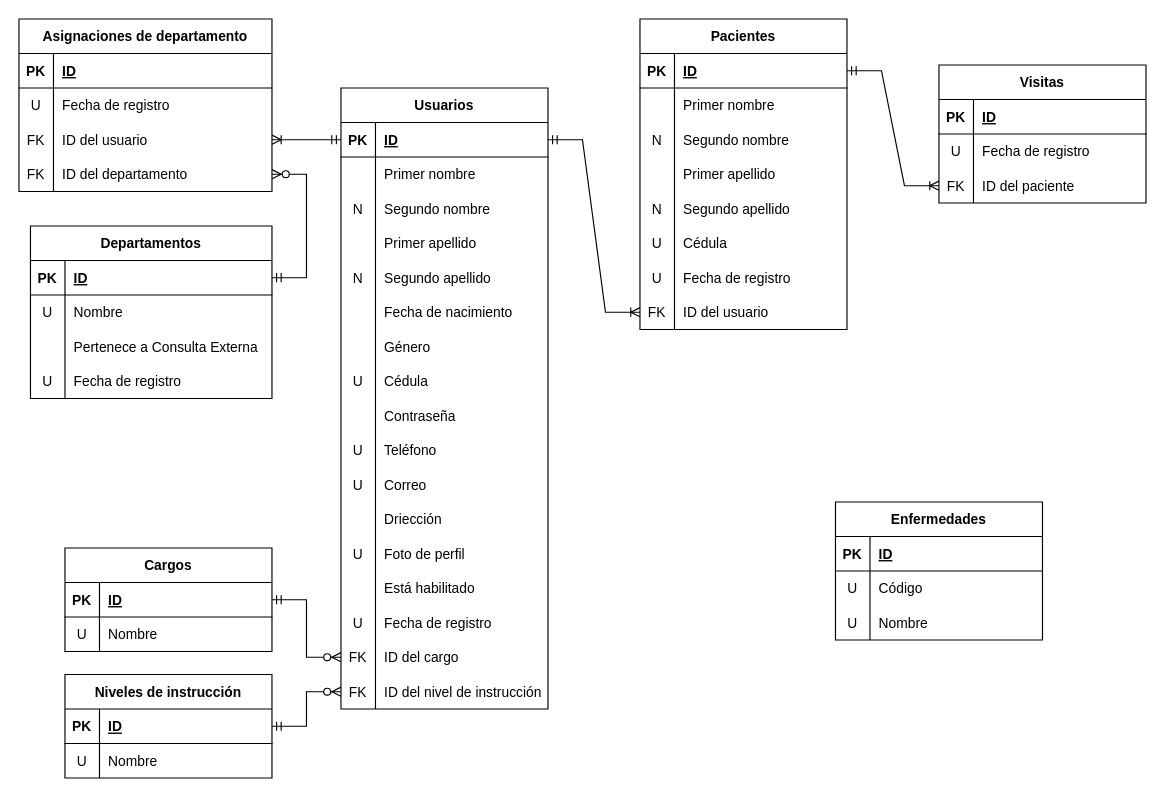
The draw.io diagram page "Modelo Relacional" (4 of 5) of docs/Diagramas.drawio in fadrian06/haju, before the edit. Source tidied: cells renumbered, new cells numbered last; positions are measured from the earlier drawing's top-left corner, leaving out a move shared by most shapes. Both pictures are drawn from the tidied source at 115%, with x=0, y=0 at pixel (18, 18).
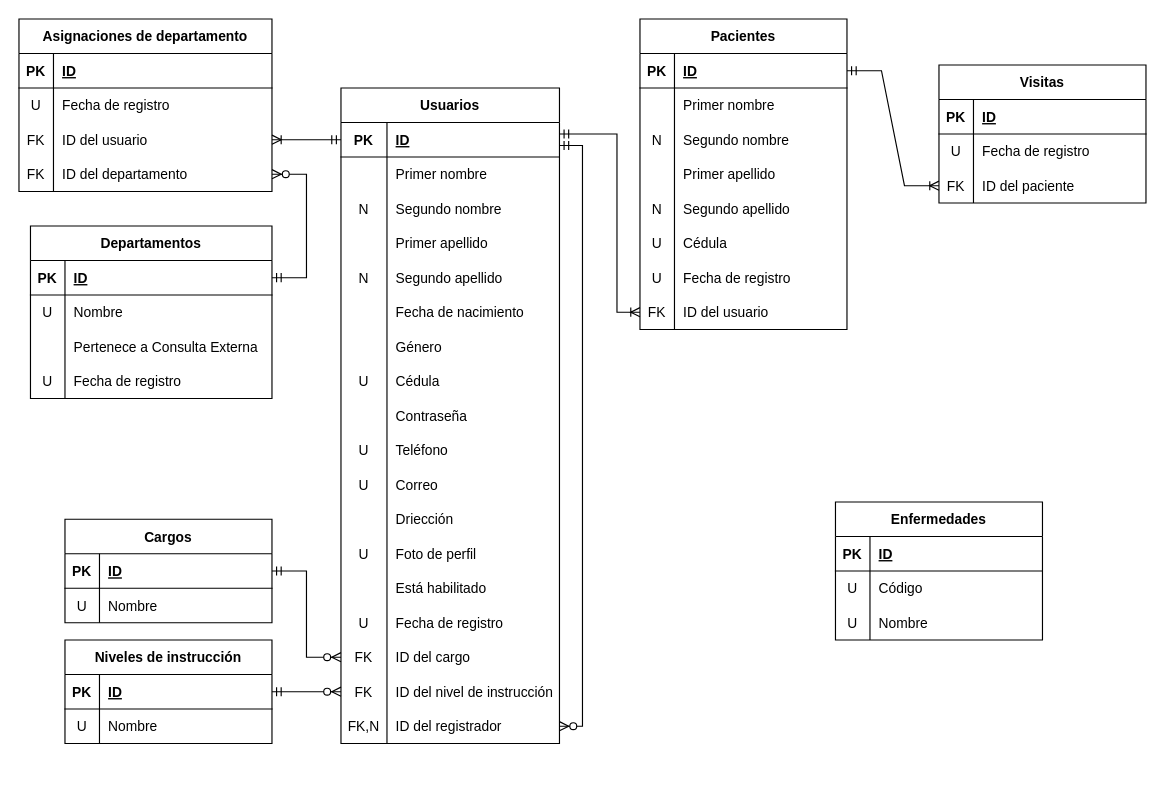
Above is the later version.

Commit message (it also covers changes not shown here):
Se añadió el campo Registrador a la entidad Usuario

Unchanged cells that the change refers to:
```xml
<mxCell id="92" style="shape=tableRow;horizontal=0;startSize=0;swimlaneHead=0;swimlaneBody=0;fillColor=none;points=[[0,0.5],[1,0.5]];portConstraint=eastwest;top=0;left=0;right=0;bottom=0;" parent="70" vertex="1">
  <mxGeometry y="240" width="180" height="30" as="geometry" />
</mxCell>
```

The edit, as a diff of the source:
```diff
@@
     <mxCell id="2" value="Usuarios" style="shape=table;startSize=30;childLayout=tableLayout;rowLines=0;fontStyle=1;align=center;" parent="1" vertex="1">
-      <mxGeometry x="280" y="60" width="180" height="540" as="geometry" />
+      <mxGeometry x="280" y="60" width="190" height="570" as="geometry" />
     </mxCell>
     <mxCell id="3" style="shape=tableRow;horizontal=0;startSize=0;swimlaneHead=0;swimlaneBody=0;fillColor=none;points=[[0,0.5],[1,0.5]];portConstraint=eastwest;top=0;left=0;right=0;bottom=1;" parent="2" vertex="1">
-      <mxGeometry y="30" width="180" height="30" as="geometry" />
+      <mxGeometry y="30" width="190" height="30" as="geometry" />
     </mxCell>
     <mxCell id="4" value="PK" style="shape=partialRectangle;fillColor=none;top=0;left=0;bottom=0;right=0;fontStyle=1;overflow=hidden;" parent="3" vertex="1">
-      <mxGeometry width="30" height="30" as="geometry" />
+      <mxGeometry width="40" height="30" as="geometry" />
     </mxCell>
     <mxCell id="5" value="ID" style="shape=partialRectangle;fillColor=none;top=0;left=0;bottom=0;right=0;align=left;spacingLeft=6;fontStyle=5;overflow=hidden;" parent="3" vertex="1">
-      <mxGeometry x="30" width="150" height="30" as="geometry" />
+      <mxGeometry x="40" width="150" height="30" as="geometry" />
     </mxCell>
     <mxCell id="6" style="shape=tableRow;horizontal=0;startSize=0;swimlaneHead=0;swimlaneBody=0;fillColor=none;top=0;left=0;right=0;bottom=0;" parent="2" vertex="1">
-      <mxGeometry y="60" width="180" height="30" as="geometry" />
+      <mxGeometry y="60" width="190" height="30" as="geometry" />
     </mxCell>
     <mxCell id="7" style="shape=partialRectangle;fillColor=none;top=0;left=0;bottom=0;right=0;overflow=hidden;" parent="6" vertex="1">
-      <mxGeometry width="30" height="30" as="geometry" />
+      <mxGeometry width="40" height="30" as="geometry" />
     </mxCell>
     <mxCell id="8" value="Primer nombre" style="shape=partialRectangle;fillColor=none;top=0;left=0;bottom=0;right=0;align=left;spacingLeft=6;overflow=hidden;" parent="6" vertex="1">
-      <mxGeometry x="30" width="150" height="30" as="geometry" />
+      <mxGeometry x="40" width="150" height="30" as="geometry" />
     </mxCell>
     <mxCell id="9" style="shape=tableRow;horizontal=0;startSize=0;swimlaneHead=0;swimlaneBody=0;fillColor=none;top=0;left=0;right=0;bottom=0;" parent="2" vertex="1">
-      <mxGeometry y="90" width="180" height="30" as="geometry" />
+      <mxGeometry y="90" width="190" height="30" as="geometry" />
     </mxCell>
     <mxCell id="10" value="N" style="shape=partialRectangle;fillColor=none;top=0;left=0;bottom=0;right=0;overflow=hidden;" parent="9" vertex="1">
-      <mxGeometry width="30" height="30" as="geometry" />
+      <mxGeometry width="40" height="30" as="geometry" />
     </mxCell>
     <mxCell id="11" value="Segundo nombre" style="shape=partialRectangle;fillColor=none;top=0;left=0;bottom=0;right=0;align=left;spacingLeft=6;overflow=hidden;" parent="9" vertex="1">
-      <mxGeometry x="30" width="150" height="30" as="geometry" />
+      <mxGeometry x="40" width="150" height="30" as="geometry" />
     </mxCell>
     <mxCell id="12" style="shape=tableRow;horizontal=0;startSize=0;swimlaneHead=0;swimlaneBody=0;fillColor=none;top=0;left=0;right=0;bottom=0;" parent="2" vertex="1">
-      <mxGeometry y="120" width="180" height="30" as="geometry" />
+      <mxGeometry y="120" width="190" height="30" as="geometry" />
     </mxCell>
     <mxCell id="13" style="shape=partialRectangle;fillColor=none;top=0;left=0;bottom=0;right=0;overflow=hidden;" parent="12" vertex="1">
-      <mxGeometry width="30" height="30" as="geometry" />
+      <mxGeometry width="40" height="30" as="geometry" />
     </mxCell>
     <mxCell id="14" value="Primer apellido" style="shape=partialRectangle;fillColor=none;top=0;left=0;bottom=0;right=0;align=left;spacingLeft=6;overflow=hidden;" parent="12" vertex="1">
-      <mxGeometry x="30" width="150" height="30" as="geometry" />
+      <mxGeometry x="40" width="150" height="30" as="geometry" />
     </mxCell>
     <mxCell id="15" style="shape=tableRow;horizontal=0;startSize=0;swimlaneHead=0;swimlaneBody=0;fillColor=none;top=0;left=0;right=0;bottom=0;" parent="2" vertex="1">
-      <mxGeometry y="150" width="180" height="30" as="geometry" />
+      <mxGeometry y="150" width="190" height="30" as="geometry" />
     </mxCell>
     <mxCell id="16" value="N" style="shape=partialRectangle;fillColor=none;top=0;left=0;bottom=0;right=0;overflow=hidden;" parent="15" vertex="1">
-      <mxGeometry width="30" height="30" as="geometry" />
+      <mxGeometry width="40" height="30" as="geometry" />
     </mxCell>
     <mxCell id="17" value="Segundo apellido" style="shape=partialRectangle;fillColor=none;top=0;left=0;bottom=0;right=0;align=left;spacingLeft=6;overflow=hidden;" parent="15" vertex="1">
-      <mxGeometry x="30" width="150" height="30" as="geometry" />
+      <mxGeometry x="40" width="150" height="30" as="geometry" />
     </mxCell>
     <mxCell id="18" style="shape=tableRow;horizontal=0;startSize=0;swimlaneHead=0;swimlaneBody=0;fillColor=none;top=0;left=0;right=0;bottom=0;" parent="2" vertex="1">
-      <mxGeometry y="180" width="180" height="30" as="geometry" />
+      <mxGeometry y="180" width="190" height="30" as="geometry" />
     </mxCell>
     <mxCell id="19" style="shape=partialRectangle;fillColor=none;top=0;left=0;bottom=0;right=0;overflow=hidden;" parent="18" vertex="1">
-      <mxGeometry width="30" height="30" as="geometry" />
+      <mxGeometry width="40" height="30" as="geometry" />
     </mxCell>
     <mxCell id="20" value="Fecha de nacimiento" style="shape=partialRectangle;fillColor=none;top=0;left=0;bottom=0;right=0;align=left;spacingLeft=6;overflow=hidden;" parent="18" vertex="1">
-      <mxGeometry x="30" width="150" height="30" as="geometry" />
+      <mxGeometry x="40" width="150" height="30" as="geometry" />
     </mxCell>
     <mxCell id="21" style="shape=tableRow;horizontal=0;startSize=0;swimlaneHead=0;swimlaneBody=0;fillColor=none;top=0;left=0;right=0;bottom=0;" parent="2" vertex="1">
-      <mxGeometry y="210" width="180" height="30" as="geometry" />
+      <mxGeometry y="210" width="190" height="30" as="geometry" />
     </mxCell>
     <mxCell id="22" style="shape=partialRectangle;fillColor=none;top=0;left=0;bottom=0;right=0;overflow=hidden;" parent="21" vertex="1">
-      <mxGeometry width="30" height="30" as="geometry" />
+      <mxGeometry width="40" height="30" as="geometry" />
     </mxCell>
     <mxCell id="23" value="Género" style="shape=partialRectangle;fillColor=none;top=0;left=0;bottom=0;right=0;align=left;spacingLeft=6;overflow=hidden;" parent="21" vertex="1">
-      <mxGeometry x="30" width="150" height="30" as="geometry" />
+      <mxGeometry x="40" width="150" height="30" as="geometry" />
     </mxCell>
     <mxCell id="24" style="shape=tableRow;horizontal=0;startSize=0;swimlaneHead=0;swimlaneBody=0;fillColor=none;top=0;left=0;right=0;bottom=0;" parent="2" vertex="1">
-      <mxGeometry y="240" width="180" height="30" as="geometry" />
+      <mxGeometry y="240" width="190" height="30" as="geometry" />
     </mxCell>
     <mxCell id="25" value="U" style="shape=partialRectangle;fillColor=none;top=0;left=0;bottom=0;right=0;overflow=hidden;" parent="24" vertex="1">
-      <mxGeometry width="30" height="30" as="geometry" />
+      <mxGeometry width="40" height="30" as="geometry" />
     </mxCell>
     <mxCell id="26" value="Cédula" style="shape=partialRectangle;fillColor=none;top=0;left=0;bottom=0;right=0;align=left;spacingLeft=6;overflow=hidden;" parent="24" vertex="1">
-      <mxGeometry x="30" width="150" height="30" as="geometry" />
+      <mxGeometry x="40" width="150" height="30" as="geometry" />
     </mxCell>
     <mxCell id="27" style="shape=tableRow;horizontal=0;startSize=0;swimlaneHead=0;swimlaneBody=0;fillColor=none;top=0;left=0;right=0;bottom=0;" parent="2" vertex="1">
-      <mxGeometry y="270" width="180" height="30" as="geometry" />
+      <mxGeometry y="270" width="190" height="30" as="geometry" />
     </mxCell>
     <mxCell id="28" style="shape=partialRectangle;fillColor=none;top=0;left=0;bottom=0;right=0;overflow=hidden;" parent="27" vertex="1">
-      <mxGeometry width="30" height="30" as="geometry" />
+      <mxGeometry width="40" height="30" as="geometry" />
     </mxCell>
     <mxCell id="29" value="Contraseña" style="shape=partialRectangle;fillColor=none;top=0;left=0;bottom=0;right=0;align=left;spacingLeft=6;overflow=hidden;" parent="27" vertex="1">
-      <mxGeometry x="30" width="150" height="30" as="geometry" />
+      <mxGeometry x="40" width="150" height="30" as="geometry" />
     </mxCell>
     <mxCell id="30" style="shape=tableRow;horizontal=0;startSize=0;swimlaneHead=0;swimlaneBody=0;fillColor=none;top=0;left=0;right=0;bottom=0;" parent="2" vertex="1">
-      <mxGeometry y="300" width="180" height="30" as="geometry" />
+      <mxGeometry y="300" width="190" height="30" as="geometry" />
     </mxCell>
     <mxCell id="31" value="U" style="shape=partialRectangle;fillColor=none;top=0;left=0;bottom=0;right=0;overflow=hidden;" parent="30" vertex="1">
-      <mxGeometry width="30" height="30" as="geometry" />
+      <mxGeometry width="40" height="30" as="geometry" />
     </mxCell>
     <mxCell id="32" value="Teléfono" style="shape=partialRectangle;fillColor=none;top=0;left=0;bottom=0;right=0;align=left;spacingLeft=6;overflow=hidden;" parent="30" vertex="1">
-      <mxGeometry x="30" width="150" height="30" as="geometry" />
+      <mxGeometry x="40" width="150" height="30" as="geometry" />
     </mxCell>
     <mxCell id="33" style="shape=tableRow;horizontal=0;startSize=0;swimlaneHead=0;swimlaneBody=0;fillColor=none;top=0;left=0;right=0;bottom=0;" parent="2" vertex="1">
-      <mxGeometry y="330" width="180" height="30" as="geometry" />
+      <mxGeometry y="330" width="190" height="30" as="geometry" />
     </mxCell>
     <mxCell id="34" value="U" style="shape=partialRectangle;fillColor=none;top=0;left=0;bottom=0;right=0;overflow=hidden;" parent="33" vertex="1">
-      <mxGeometry width="30" height="30" as="geometry" />
+      <mxGeometry width="40" height="30" as="geometry" />
     </mxCell>
     <mxCell id="35" value="Correo" style="shape=partialRectangle;fillColor=none;top=0;left=0;bottom=0;right=0;align=left;spacingLeft=6;overflow=hidden;" parent="33" vertex="1">
-      <mxGeometry x="30" width="150" height="30" as="geometry" />
+      <mxGeometry x="40" width="150" height="30" as="geometry" />
     </mxCell>
     <mxCell id="36" style="shape=tableRow;horizontal=0;startSize=0;swimlaneHead=0;swimlaneBody=0;fillColor=none;top=0;left=0;right=0;bottom=0;" parent="2" vertex="1">
-      <mxGeometry y="360" width="180" height="30" as="geometry" />
+      <mxGeometry y="360" width="190" height="30" as="geometry" />
     </mxCell>
     <mxCell id="37" style="shape=partialRectangle;fillColor=none;top=0;left=0;bottom=0;right=0;overflow=hidden;" parent="36" vertex="1">
-      <mxGeometry width="30" height="30" as="geometry" />
+      <mxGeometry width="40" height="30" as="geometry" />
     </mxCell>
     <mxCell id="38" value="Driección" style="shape=partialRectangle;fillColor=none;top=0;left=0;bottom=0;right=0;align=left;spacingLeft=6;overflow=hidden;" parent="36" vertex="1">
-      <mxGeometry x="30" width="150" height="30" as="geometry" />
+      <mxGeometry x="40" width="150" height="30" as="geometry" />
     </mxCell>
     <mxCell id="39" style="shape=tableRow;horizontal=0;startSize=0;swimlaneHead=0;swimlaneBody=0;fillColor=none;top=0;left=0;right=0;bottom=0;" parent="2" vertex="1">
-      <mxGeometry y="390" width="180" height="30" as="geometry" />
+      <mxGeometry y="390" width="190" height="30" as="geometry" />
     </mxCell>
     <mxCell id="40" value="U" style="shape=partialRectangle;fillColor=none;top=0;left=0;bottom=0;right=0;overflow=hidden;" parent="39" vertex="1">
-      <mxGeometry width="30" height="30" as="geometry" />
+      <mxGeometry width="40" height="30" as="geometry" />
     </mxCell>
     <mxCell id="41" value="Foto de perfil" style="shape=partialRectangle;fillColor=none;top=0;left=0;bottom=0;right=0;align=left;spacingLeft=6;overflow=hidden;" parent="39" vertex="1">
-      <mxGeometry x="30" width="150" height="30" as="geometry" />
+      <mxGeometry x="40" width="150" height="30" as="geometry" />
     </mxCell>
     <mxCell id="42" style="shape=tableRow;horizontal=0;startSize=0;swimlaneHead=0;swimlaneBody=0;fillColor=none;top=0;left=0;right=0;bottom=0;" parent="2" vertex="1">
-      <mxGeometry y="420" width="180" height="30" as="geometry" />
+      <mxGeometry y="420" width="190" height="30" as="geometry" />
     </mxCell>
     <mxCell id="43" style="shape=partialRectangle;fillColor=none;top=0;left=0;bottom=0;right=0;overflow=hidden;" parent="42" vertex="1">
-      <mxGeometry width="30" height="30" as="geometry" />
+      <mxGeometry width="40" height="30" as="geometry" />
     </mxCell>
     <mxCell id="44" value="Está habilitado" style="shape=partialRectangle;fillColor=none;top=0;left=0;bottom=0;right=0;align=left;spacingLeft=6;overflow=hidden;" parent="42" vertex="1">
-      <mxGeometry x="30" width="150" height="30" as="geometry" />
+      <mxGeometry x="40" width="150" height="30" as="geometry" />
     </mxCell>
     <mxCell id="45" style="shape=tableRow;horizontal=0;startSize=0;swimlaneHead=0;swimlaneBody=0;fillColor=none;top=0;left=0;right=0;bottom=0;" parent="2" vertex="1">
-      <mxGeometry y="450" width="180" height="30" as="geometry" />
+      <mxGeometry y="450" width="190" height="30" as="geometry" />
     </mxCell>
     <mxCell id="46" value="U" style="shape=partialRectangle;fillColor=none;top=0;left=0;bottom=0;right=0;overflow=hidden;" parent="45" vertex="1">
-      <mxGeometry width="30" height="30" as="geometry" />
+      <mxGeometry width="40" height="30" as="geometry" />
     </mxCell>
     <mxCell id="47" value="Fecha de registro" style="shape=partialRectangle;fillColor=none;top=0;left=0;bottom=0;right=0;align=left;spacingLeft=6;overflow=hidden;" parent="45" vertex="1">
-      <mxGeometry x="30" width="150" height="30" as="geometry" />
+      <mxGeometry x="40" width="150" height="30" as="geometry" />
     </mxCell>
     <mxCell id="48" style="shape=tableRow;horizontal=0;startSize=0;swimlaneHead=0;swimlaneBody=0;fillColor=none;points=[[0,0.5],[1,0.5]];portConstraint=eastwest;top=0;left=0;right=0;bottom=0;" parent="2" vertex="1">
-      <mxGeometry y="480" width="180" height="30" as="geometry" />
+      <mxGeometry y="480" width="190" height="30" as="geometry" />
     </mxCell>
     <mxCell id="49" value="FK" style="shape=partialRectangle;fillColor=none;top=0;left=0;bottom=0;right=0;overflow=hidden;" parent="48" vertex="1">
-      <mxGeometry width="30" height="30" as="geometry" />
+      <mxGeometry width="40" height="30" as="geometry" />
     </mxCell>
     <mxCell id="50" value="ID del cargo" style="shape=partialRectangle;fillColor=none;top=0;left=0;bottom=0;right=0;align=left;spacingLeft=6;overflow=hidden;" parent="48" vertex="1">
-      <mxGeometry x="30" width="150" height="30" as="geometry" />
+      <mxGeometry x="40" width="150" height="30" as="geometry" />
     </mxCell>
     <mxCell id="51" style="shape=tableRow;horizontal=0;startSize=0;swimlaneHead=0;swimlaneBody=0;fillColor=none;points=[[0,0.5],[1,0.5]];portConstraint=eastwest;top=0;left=0;right=0;bottom=0;" parent="2" vertex="1">
-      <mxGeometry y="510" width="180" height="30" as="geometry" />
+      <mxGeometry y="510" width="190" height="30" as="geometry" />
     </mxCell>
     <mxCell id="52" value="FK" style="shape=partialRectangle;fillColor=none;top=0;left=0;bottom=0;right=0;overflow=hidden;" parent="51" vertex="1">
-      <mxGeometry width="30" height="30" as="geometry" />
+      <mxGeometry width="40" height="30" as="geometry" />
     </mxCell>
     <mxCell id="53" value="ID del nivel de instrucción" style="shape=partialRectangle;fillColor=none;top=0;left=0;bottom=0;right=0;align=left;spacingLeft=6;overflow=hidden;" parent="51" vertex="1">
-      <mxGeometry x="30" width="150" height="30" as="geometry" />
+      <mxGeometry x="40" width="150" height="30" as="geometry" />
     </mxCell>
+    <mxCell id="145" style="shape=tableRow;horizontal=0;startSize=0;swimlaneHead=0;swimlaneBody=0;fillColor=none;points=[[0,0.5],[1,0.5]];portConstraint=eastwest;top=0;left=0;right=0;bottom=0;" parent="2" vertex="1">
+      <mxGeometry y="540" width="190" height="30" as="geometry" />
+    </mxCell>
+    <mxCell id="146" value="FK,N" style="shape=partialRectangle;fillColor=none;top=0;left=0;bottom=0;right=0;overflow=hidden;" parent="145" vertex="1">
+      <mxGeometry width="40" height="30" as="geometry" />
+    </mxCell>
+    <mxCell id="147" value="ID del registrador" style="shape=partialRectangle;fillColor=none;top=0;left=0;bottom=0;right=0;align=left;spacingLeft=6;overflow=hidden;" parent="145" vertex="1">
+      <mxGeometry x="40" width="150" height="30" as="geometry" />
+    </mxCell>
+    <mxCell id="148" style="fontSize=12;html=1;endArrow=ERzeroToMany;startArrow=ERmandOne;rounded=0;strokeWidth=1;startSize=6;endSize=6;sourcePerimeterSpacing=0;jumpSize=6;edgeStyle=orthogonalEdgeStyle;" parent="2" edge="1" source="3" target="145">
+      <mxGeometry relative="1" as="geometry">
+        <Array as="points">
+          <mxPoint x="210" y="50" />
+          <mxPoint x="210" y="555" />
+        </Array>
+      </mxGeometry>
+    </mxCell>
     <mxCell id="54" value="Cargos" style="shape=table;startSize=30;childLayout=tableLayout;rowLines=0;fontStyle=1;align=center;" parent="1" vertex="1">
-      <mxGeometry x="40" y="460" width="180" height="90" as="geometry" />
+      <mxGeometry x="40" y="435" width="180" height="90" as="geometry" />
     </mxCell>
@@
     <mxCell id="62" value="Niveles de instrucción" style="shape=table;startSize=30;childLayout=tableLayout;rowLines=0;fontStyle=1;align=center;fontSize=12;" parent="1" vertex="1">
-      <mxGeometry x="40" y="570" width="180" height="90" as="geometry" />
+      <mxGeometry x="40" y="540" width="180" height="90" as="geometry" />
     </mxCell>
@@
-    <mxCell id="123" style="edgeStyle=entityRelationEdgeStyle;fontSize=12;html=1;endArrow=ERoneToMany;startArrow=ERmandOne;rounded=0;" parent="1" edge="1" source="3" target="92">
-      <mxGeometry relative="1" as="geometry" />
+    <mxCell id="123" style="edgeStyle=orthogonalEdgeStyle;fontSize=12;html=1;endArrow=ERoneToMany;startArrow=ERmandOne;rounded=0;" parent="1" edge="1" source="3" target="92">
+      <mxGeometry relative="1" as="geometry">
+        <Array as="points">
+          <mxPoint x="520" y="100" />
+          <mxPoint x="520" y="255" />
+        </Array>
+      </mxGeometry>
     </mxCell>
```
